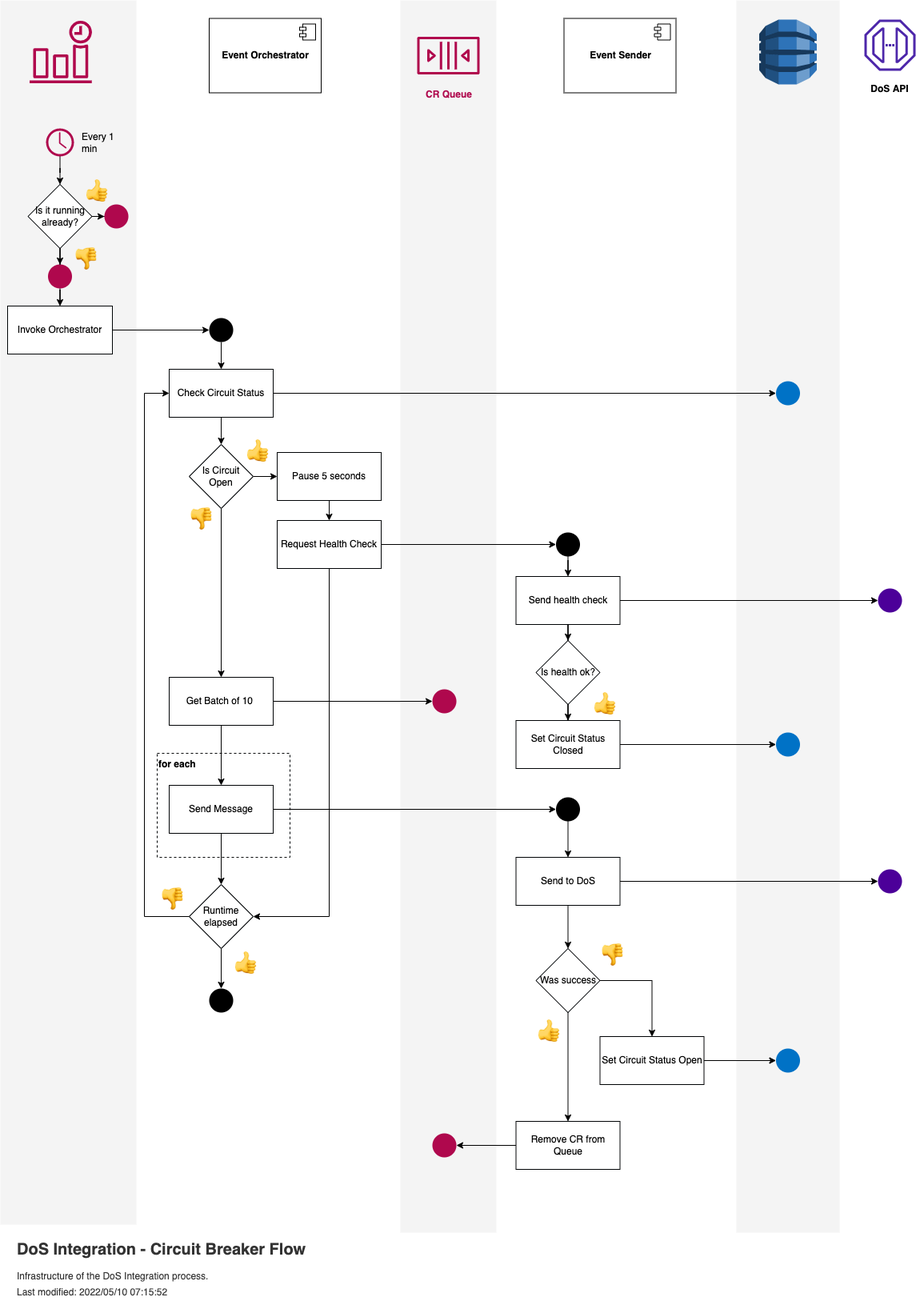
Before: documentation/diagrams/DoS Integration-Orchestator.drawio.png, a diagram exported from draw.io (nhsd-exeter/dos-integration). Source tidied: cells renumbered, new cells last; positions are measured from the earlier drawing's top-left corner, leaving out a move shared by most shapes.
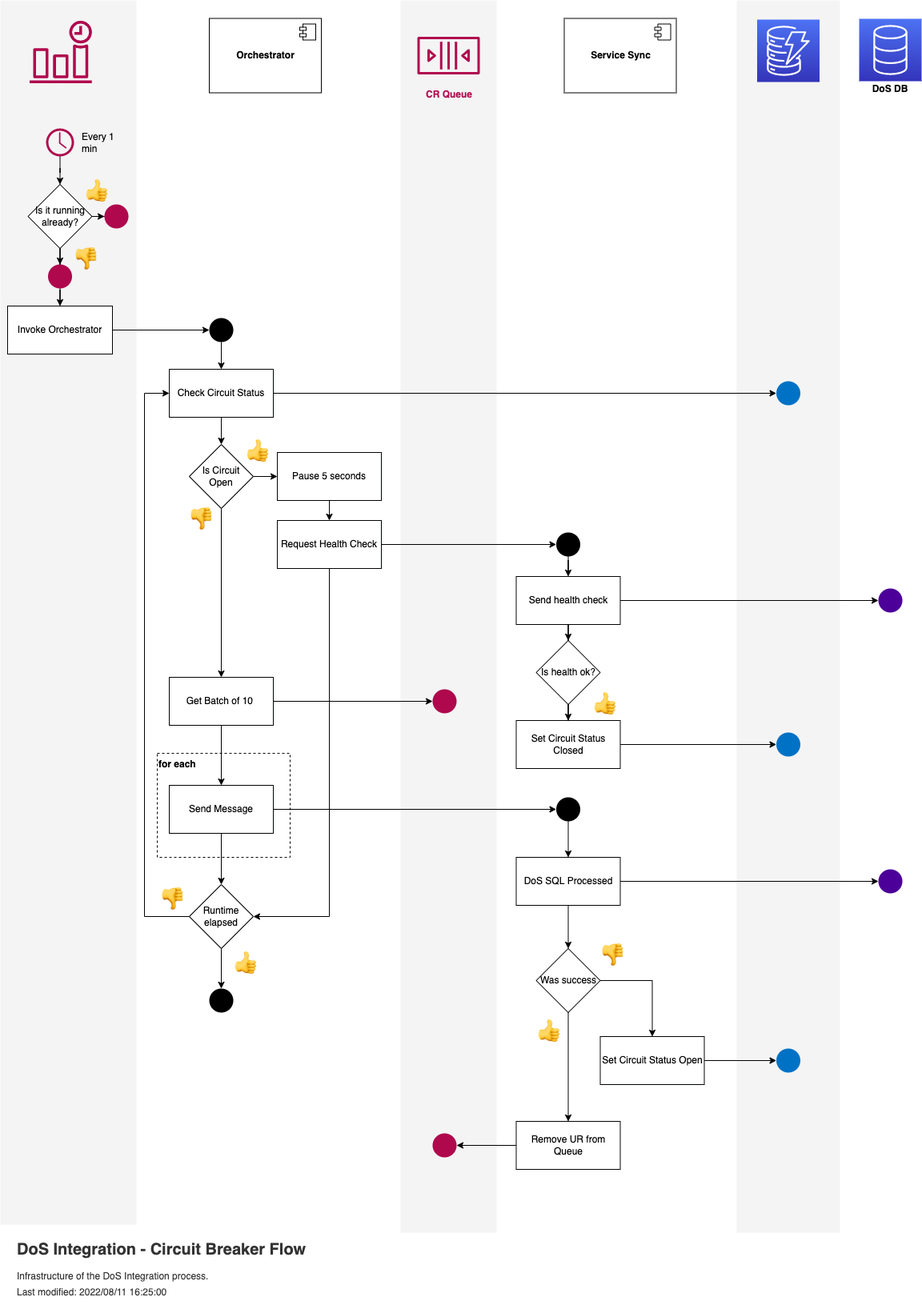
Above is the later version.

Diff of the diagram source:
```diff
@@ -14,10 +14,10 @@
     <mxCell id="5" style="rounded=0;whiteSpace=wrap;html=1;strokeColor=none;strokeWidth=1;fillColor=#E3E3E3;opacity=40;" parent="1" vertex="1">
       <mxGeometry x="500" width="120" height="1540" as="geometry" />
     </mxCell>
-    <mxCell id="6" value="&lt;h1&gt;&lt;font style=&quot;font-size: 20px&quot;&gt;DoS Integration - Circuit Breaker Flow&lt;/font&gt;&lt;/h1&gt;&lt;p style=&quot;line-height: 70%&quot;&gt;Infrastructure of the DoS Integration&amp;nbsp;process.&lt;/p&gt;&lt;p style=&quot;line-height: 70%&quot;&gt;Last modified: 2022/05/10 07:15:52&lt;/p&gt;" style="text;html=1;strokeColor=none;fillColor=none;spacing=5;spacingTop=-20;whiteSpace=wrap;overflow=hidden;rounded=0;fontColor=#333333;" parent="1" vertex="1">
+    <mxCell id="6" value="&lt;h1&gt;&lt;font style=&quot;font-size: 20px&quot;&gt;DoS Integration - Circuit Breaker Flow&lt;/font&gt;&lt;/h1&gt;&lt;p style=&quot;line-height: 70%&quot;&gt;Infrastructure of the DoS Integration&amp;nbsp;process.&lt;/p&gt;&lt;p style=&quot;line-height: 70%&quot;&gt;Last modified: 2022/08/11 16:25:00&lt;/p&gt;" style="text;html=1;strokeColor=none;fillColor=none;spacing=5;spacingTop=-20;whiteSpace=wrap;overflow=hidden;rounded=0;fontColor=#333333;" parent="1" vertex="1">
       <mxGeometry x="16" y="1540" width="496" height="90" as="geometry" />
     </mxCell>
-    <mxCell id="7" value="Event Orchestrator" style="html=1;fillColor=#FFFFFF;fontStyle=1;" parent="1" vertex="1">
+    <mxCell id="7" value="Orchestrator" style="html=1;fillColor=#FFFFFF;fontStyle=1;" parent="1" vertex="1">
       <mxGeometry x="261" y="22.5" width="140" height="93" as="geometry" />
     </mxCell>
     <mxCell id="8" style="shape=module;jettyWidth=8;jettyHeight=4;fillColor=#FFFFFF;" parent="7" vertex="1">
@@ -25,7 +25,7 @@
         <mxPoint x="-27" y="7" as="offset" />
       </mxGeometry>
     </mxCell>
-    <mxCell id="9" value="Event Sender" style="html=1;fillColor=#FFFFFF;fontStyle=1;" parent="1" vertex="1">
+    <mxCell id="9" value="Service Sync" style="html=1;fillColor=#FFFFFF;fontStyle=1;" parent="1" vertex="1">
       <mxGeometry x="704.5" y="22.5" width="140" height="93" as="geometry" />
     </mxCell>
     <mxCell id="10" style="shape=module;jettyWidth=8;jettyHeight=4;fillColor=#FFFFFF;" parent="9" vertex="1">
@@ -33,9 +33,6 @@
         <mxPoint x="-27" y="7" as="offset" />
       </mxGeometry>
     </mxCell>
-    <mxCell id="11" style="dashed=0;verticalLabelPosition=bottom;verticalAlign=top;align=center;html=1;shape=mxgraph.aws3.dynamo_db;fillColor=#2E73B8;gradientColor=none;strokeWidth=2;" parent="1" vertex="1">
-      <mxGeometry x="948.5" y="24" width="72" height="81" as="geometry" />
-    </mxCell>
     <mxCell id="12" style="sketch=0;fontColor=#232F3E;gradientColor=none;fillColor=#B0084D;strokeColor=none;dashed=0;verticalLabelPosition=bottom;verticalAlign=top;align=center;html=1;fontSize=12;fontStyle=0;shape=mxgraph.aws4.event_time_based;" parent="1" vertex="1">
       <mxGeometry x="36.5" y="25.5" width="78" height="78" as="geometry" />
     </mxCell>
@@ -136,7 +133,7 @@
     <mxCell id="43" style="edgeStyle=orthogonalEdgeStyle;rounded=0;jettySize=auto;html=1;entryX=0.5;entryY=0;entryDx=0;entryDy=0;endArrow=classic;endFill=1;fillColor=#C7C7C7;exitX=0.5;exitY=1;exitDx=0;exitDy=0;" parent="1" edge="1" source="44" target="48">
       <mxGeometry relative="1" as="geometry" />
     </mxCell>
-    <mxCell id="44" value="Send to DoS" style="rounded=0;whiteSpace=wrap;html=1;strokeColor=#000305;strokeWidth=1;fillColor=default;" parent="1" vertex="1">
+    <mxCell id="44" value="DoS SQL Processed" style="rounded=0;whiteSpace=wrap;html=1;strokeColor=#000305;strokeWidth=1;fillColor=default;" parent="1" vertex="1">
       <mxGeometry x="644.5" y="1071" width="130" height="60" as="geometry" />
     </mxCell>
     <mxCell id="45" style="ellipse;whiteSpace=wrap;html=1;strokeColor=none;strokeWidth=1;fillColor=#4C0099;" parent="1" vertex="1">
@@ -184,10 +181,7 @@
     <mxCell id="59" style="group;" parent="1" vertex="1">
       <mxGeometry x="1080" y="24" width="64" height="102" as="geometry" />
     </mxCell>
-    <mxCell id="60" style="sketch=0;fontColor=#232F3E;gradientColor=none;fillColor=#4D27AA;strokeColor=none;dashed=0;verticalLabelPosition=bottom;verticalAlign=top;align=center;html=1;fontSize=12;fontStyle=0;shape=mxgraph.aws4.endpoint;" parent="59" vertex="1">
-      <mxGeometry width="64" height="64" as="geometry" />
-    </mxCell>
-    <mxCell id="61" value="DoS API" style="text;html=1;strokeColor=none;fillColor=none;align=center;verticalAlign=middle;whiteSpace=wrap;rounded=0;fontStyle=1;" parent="59" vertex="1">
+    <mxCell id="61" value="DoS DB" style="text;html=1;strokeColor=none;fillColor=none;align=center;verticalAlign=middle;whiteSpace=wrap;rounded=0;fontStyle=1;" parent="59" vertex="1">
       <mxGeometry x="2" y="72" width="60" height="30" as="geometry" />
     </mxCell>
     <mxCell id="62" style="edgeStyle=orthogonalEdgeStyle;rounded=0;jettySize=auto;html=1;entryX=0.5;entryY=0;entryDx=0;entryDy=0;endArrow=classic;endFill=1;fillColor=#C7C7C7;" parent="1" edge="1" source="63" target="44">
@@ -202,7 +196,7 @@
     <mxCell id="65" style="edgeStyle=orthogonalEdgeStyle;rounded=0;jettySize=auto;html=1;entryX=1;entryY=0.5;entryDx=0;entryDy=0;endArrow=classic;endFill=1;fillColor=#C7C7C7;" parent="1" edge="1" source="66" target="64">
       <mxGeometry relative="1" as="geometry" />
     </mxCell>
-    <mxCell id="66" value="Remove CR from Queue" style="rounded=0;whiteSpace=wrap;html=1;strokeColor=#000305;strokeWidth=1;fillColor=default;" parent="1" vertex="1">
+    <mxCell id="66" value="Remove UR from Queue" style="rounded=0;whiteSpace=wrap;html=1;strokeColor=#000305;strokeWidth=1;fillColor=default;" parent="1" vertex="1">
       <mxGeometry x="644.5" y="1401" width="130" height="60" as="geometry" />
     </mxCell>
     <mxCell id="67" style="edgeStyle=orthogonalEdgeStyle;rounded=0;jettySize=auto;html=1;entryX=0.5;entryY=0;entryDx=0;entryDy=0;endArrow=classic;endFill=1;fillColor=#C7C7C7;" parent="1" edge="1" source="70" target="71">
@@ -276,5 +270,11 @@
     <mxCell id="88" value="&lt;span style=&quot;font-family: Helvetica; font-size: 12px; font-style: normal; font-variant-ligatures: normal; font-variant-caps: normal; font-weight: 700; letter-spacing: normal; orphans: 2; text-indent: 0px; text-transform: none; widows: 2; word-spacing: 0px; -webkit-text-stroke-width: 0px; text-decoration-thickness: initial; text-decoration-style: initial; text-decoration-color: initial; float: none; display: inline !important;&quot;&gt;CR Queue&lt;/span&gt;" style="text;whiteSpace=wrap;html=1;align=center;fontColor=#AF084D;" parent="1" vertex="1">
       <mxGeometry x="521" y="103.5" width="80" height="30" as="geometry" />
     </mxCell>
+    <mxCell id="89" style="sketch=0;fontColor=#232F3E;gradientColor=#4D72F3;gradientDirection=north;fillColor=#3334B9;strokeColor=#ffffff;dashed=0;verticalLabelPosition=bottom;verticalAlign=top;align=center;html=1;fontSize=12;fontStyle=0;shape=mxgraph.aws4.resourceIcon;resIcon=mxgraph.aws4.database;" parent="1" vertex="1">
+      <mxGeometry x="1073" y="23" width="78" height="78" as="geometry" />
+    </mxCell>
+    <mxCell id="90" style="sketch=0;fontColor=#232F3E;gradientColor=#4D72F3;gradientDirection=north;fillColor=#3334B9;strokeColor=#ffffff;dashed=0;verticalLabelPosition=bottom;verticalAlign=top;align=center;html=1;fontSize=12;fontStyle=0;shape=mxgraph.aws4.resourceIcon;resIcon=mxgraph.aws4.dynamodb;" parent="1" vertex="1">
+      <mxGeometry x="945.5" y="24" width="78" height="78" as="geometry" />
+    </mxCell>
   </root>
 </mxGraphModel>
```
